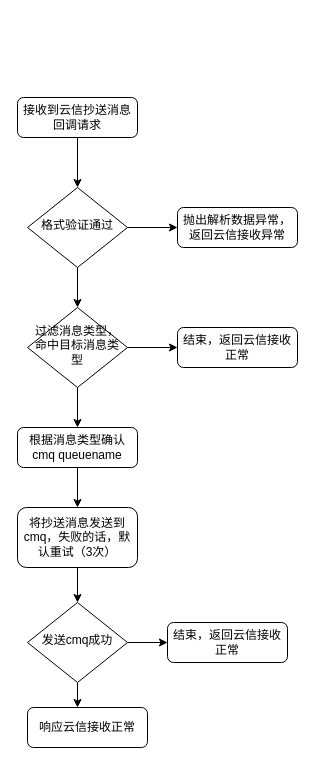
shukuiyan/gh-pages keeps this draw.io diagram as Untitled Diagram.drawio. Above is the earlier version. Source tidied: cells renumbered, new cells numbered last; positions are measured from the earlier drawing's top-left corner, leaving out a move shared by most shapes. Both pictures are drawn from the tidied source at 100%, with x=0, y=0 at pixel (17, 97).
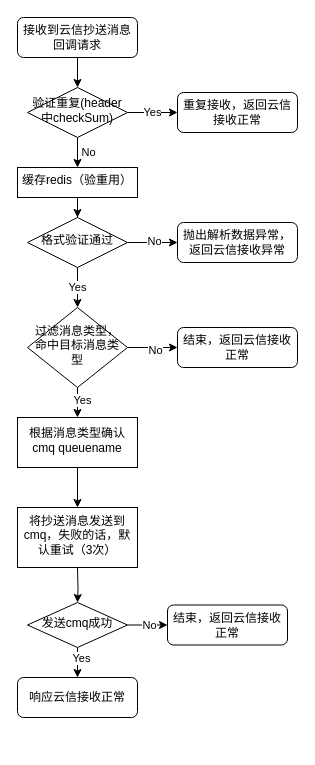
Above is the later version.

The change refers to these unchanged cells:
```xml
<mxCell id="5" style="edgeStyle=orthogonalEdgeStyle;rounded=0;jettySize=auto;html=1;" parent="1" edge="1" source="6" target="7">
  <mxGeometry relative="1" as="geometry" />
</mxCell>
<mxCell id="8" style="edgeStyle=orthogonalEdgeStyle;rounded=0;jettySize=auto;html=1;" parent="1" edge="1" source="10" target="13">
  <mxGeometry relative="1" as="geometry" />
</mxCell>
<mxCell id="9" style="edgeStyle=orthogonalEdgeStyle;rounded=0;jettySize=auto;html=1;" parent="1" edge="1" source="10" target="12">
  <mxGeometry relative="1" as="geometry" />
</mxCell>
<mxCell id="10" value="过滤消息类型，命中目标消息类型" style="rhombus;whiteSpace=wrap;html=1;shadow=0;fontFamily=Helvetica;fontSize=12;align=center;strokeWidth=1;spacing=6;spacingTop=-4;" parent="1" vertex="1">
  <mxGeometry x="10" y="210" width="100" height="80" as="geometry" />
</mxCell>
<mxCell id="17" style="edgeStyle=orthogonalEdgeStyle;rounded=0;jettySize=auto;html=1;" parent="1" edge="1" source="18" target="20">
  <mxGeometry relative="1" as="geometry" />
</mxCell>
```

The edit, as a diff of the source:
```diff
@@
-    <mxCell id="2" style="edgeStyle=orthogonalEdgeStyle;rounded=0;jettySize=auto;html=1;" parent="1" edge="1" source="3" target="6">
-      <mxGeometry relative="1" as="geometry" />
-    </mxCell>
+    <mxCell id="21" style="edgeStyle=orthogonalEdgeStyle;rounded=0;jettySize=auto;html=1;" parent="1" edge="1" source="3" target="32">
+      <mxGeometry relative="1" as="geometry" />
+    </mxCell>
     <mxCell id="3" value="接收到云信抄送消息回调请求" style="rounded=1;whiteSpace=wrap;html=1;fontSize=12;glass=0;strokeWidth=1;shadow=0;" parent="1" vertex="1">
-      <mxGeometry width="120" height="40" as="geometry" />
+      <mxGeometry y="-80" width="120" height="40" as="geometry" />
     </mxCell>
-    <mxCell id="4" style="edgeStyle=orthogonalEdgeStyle;rounded=0;jettySize=auto;html=1;" parent="1" edge="1" source="6" target="10">
+    <mxCell id="4" value="Yes" style="edgeStyle=orthogonalEdgeStyle;rounded=0;jettySize=auto;html=1;" parent="1" edge="1" source="6" target="10">
       <mxGeometry relative="1" as="geometry" />
     </mxCell>
@@
+    <mxCell id="22" value="No" style="edgeLabel;html=1;align=center;verticalAlign=middle;" parent="5" vertex="1">
+      <mxGeometry x="0.04" y="2" relative="1" as="geometry" />
+    </mxCell>
     <mxCell id="6" value="格式验证通过" style="rhombus;whiteSpace=wrap;html=1;shadow=0;fontFamily=Helvetica;fontSize=12;align=center;strokeWidth=1;spacing=6;spacingTop=-4;" parent="1" vertex="1">
-      <mxGeometry x="10" y="90" width="100" height="80" as="geometry" />
+      <mxGeometry x="10" y="120" width="100" height="50" as="geometry" />
     </mxCell>
     <mxCell id="7" value="抛出解析数据异常，返回云信接收异常" style="rounded=1;whiteSpace=wrap;html=1;fontSize=12;glass=0;strokeWidth=1;shadow=0;" parent="1" vertex="1">
-      <mxGeometry x="160" y="110" width="120" height="40" as="geometry" />
+      <mxGeometry x="160" y="125" width="120" height="40" as="geometry" />
     </mxCell>
@@
+    <mxCell id="23" value="No" style="edgeLabel;html=1;align=center;verticalAlign=middle;" parent="8" vertex="1">
+      <mxGeometry x="0.08" y="-2" relative="1" as="geometry" />
+    </mxCell>
@@
+    <mxCell id="24" value="Yes" style="edgeLabel;html=1;align=center;verticalAlign=middle;" parent="9" vertex="1">
+      <mxGeometry x="0.28" y="4" relative="1" as="geometry" />
+    </mxCell>
@@
-    <mxCell id="11" style="edgeStyle=orthogonalEdgeStyle;rounded=0;jettySize=auto;html=1;" parent="1" edge="1" source="12" target="15">
-      <mxGeometry relative="1" as="geometry" />
-    </mxCell>
-    <mxCell id="12" value="根据消息类型确认cmq queuename" style="rounded=1;whiteSpace=wrap;html=1;fontSize=12;glass=0;strokeWidth=1;shadow=0;" parent="1" vertex="1">
-      <mxGeometry y="330" width="120" height="40" as="geometry" />
-    </mxCell>
@@
-    <mxCell id="14" style="edgeStyle=orthogonalEdgeStyle;rounded=0;jettySize=auto;html=1;" parent="1" edge="1" source="15" target="18">
-      <mxGeometry relative="1" as="geometry" />
+    <mxCell id="14" style="edgeStyle=orthogonalEdgeStyle;rounded=0;jettySize=auto;html=1;" parent="1" edge="1" target="18">
+      <mxGeometry relative="1" as="geometry">
+        <mxPoint x="60" y="470" as="sourcePoint" />
+      </mxGeometry>
     </mxCell>
-    <mxCell id="15" value="将抄送消息发送到cmq，失败的话，默认重试（3次）" style="whiteSpace=wrap;html=1;rounded=1;shadow=0;strokeWidth=1;glass=0;" parent="1" vertex="1">
-      <mxGeometry y="410" width="120" height="60" as="geometry" />
-    </mxCell>
-    <mxCell id="16" style="edgeStyle=orthogonalEdgeStyle;rounded=0;jettySize=auto;html=1;" parent="1" edge="1" source="18">
-      <mxGeometry relative="1" as="geometry">
-        <mxPoint x="60" y="610" as="targetPoint" />
-      </mxGeometry>
-    </mxCell>
@@
+    <mxCell id="25" value="No" style="edgeLabel;html=1;align=center;verticalAlign=middle;" parent="17" vertex="1">
+      <mxGeometry x="0.05" y="1" relative="1" as="geometry">
+        <mxPoint y="1" as="offset" />
+      </mxGeometry>
+    </mxCell>
+    <mxCell id="26" style="edgeStyle=orthogonalEdgeStyle;rounded=0;jettySize=auto;html=1;" parent="1" edge="1" source="18" target="19">
+      <mxGeometry relative="1" as="geometry" />
+    </mxCell>
+    <mxCell id="27" value="Yes" style="edgeLabel;html=1;align=center;verticalAlign=middle;" parent="26" vertex="1">
+      <mxGeometry x="0.2" y="3" relative="1" as="geometry" />
+    </mxCell>
     <mxCell id="18" value="发送cmq成功" style="rhombus;whiteSpace=wrap;html=1;shadow=0;fontFamily=Helvetica;fontSize=12;align=center;strokeWidth=1;spacing=6;spacingTop=-4;" parent="1" vertex="1">
-      <mxGeometry x="10" y="505" width="100" height="80" as="geometry" />
+      <mxGeometry x="10" y="505" width="100" height="45" as="geometry" />
     </mxCell>
     <mxCell id="19" value="响应云信接收正常" style="rounded=1;whiteSpace=wrap;html=1;fontSize=12;glass=0;strokeWidth=1;shadow=0;" parent="1" vertex="1">
-      <mxGeometry x="10" y="610" width="120" height="40" as="geometry" />
+      <mxGeometry y="580" width="120" height="40" as="geometry" />
     </mxCell>
     <mxCell id="20" value="结束，返回云信接收正常" style="rounded=1;whiteSpace=wrap;html=1;fontSize=12;glass=0;strokeWidth=1;shadow=0;" parent="1" vertex="1">
-      <mxGeometry x="150" y="525" width="120" height="40" as="geometry" />
+      <mxGeometry x="150" y="507.5" width="120" height="40" as="geometry" />
     </mxCell>
+    <mxCell id="11" style="edgeStyle=orthogonalEdgeStyle;rounded=0;jettySize=auto;html=1;" parent="1" edge="1" source="12" target="15">
+      <mxGeometry relative="1" as="geometry" />
+    </mxCell>
+    <mxCell id="12" value="根据消息类型确认cmq queuename" style="whiteSpace=wrap;html=1;shadow=0;strokeWidth=1;spacing=6;spacingTop=-4;" parent="1" vertex="1">
+      <mxGeometry y="320" width="120" height="50" as="geometry" />
+    </mxCell>
+    <mxCell id="15" value="将抄送消息发送到cmq，失败的话，默认重试（3次）" style="whiteSpace=wrap;html=1;shadow=0;strokeWidth=1;spacing=6;spacingTop=-4;" parent="1" vertex="1">
+      <mxGeometry y="410" width="120" height="60" as="geometry" />
+    </mxCell>
+    <mxCell id="28" style="edgeStyle=orthogonalEdgeStyle;rounded=0;jettySize=auto;html=1;" parent="1" edge="1" source="32" target="34">
+      <mxGeometry relative="1" as="geometry" />
+    </mxCell>
+    <mxCell id="29" value="No" style="edgeLabel;html=1;align=center;verticalAlign=middle;" parent="28" vertex="1">
+      <mxGeometry x="0.43" y="2" relative="1" as="geometry">
+        <mxPoint x="8" y="-2" as="offset" />
+      </mxGeometry>
+    </mxCell>
+    <mxCell id="30" style="edgeStyle=orthogonalEdgeStyle;rounded=0;jettySize=auto;html=1;" parent="1" edge="1" source="32">
+      <mxGeometry relative="1" as="geometry">
+        <mxPoint x="160" y="15" as="targetPoint" />
+      </mxGeometry>
+    </mxCell>
+    <mxCell id="31" value="Yes" style="edgeLabel;html=1;align=center;verticalAlign=middle;" parent="30" vertex="1">
+      <mxGeometry x="-0.04" y="1" relative="1" as="geometry" />
+    </mxCell>
+    <mxCell id="32" value="验证重复(header中checkSum)" style="rhombus;whiteSpace=wrap;html=1;shadow=0;fontFamily=Helvetica;fontSize=12;align=center;strokeWidth=1;spacing=6;spacingTop=-4;" parent="1" vertex="1">
+      <mxGeometry x="10" y="-10" width="100" height="50" as="geometry" />
+    </mxCell>
+    <mxCell id="33" style="edgeStyle=orthogonalEdgeStyle;rounded=0;jettySize=auto;html=1;" parent="1" edge="1" source="34" target="6">
+      <mxGeometry relative="1" as="geometry" />
+    </mxCell>
+    <mxCell id="34" value="缓存redis（验重用）" style="whiteSpace=wrap;html=1;shadow=0;strokeWidth=1;spacing=6;spacingTop=-4;" parent="1" vertex="1">
+      <mxGeometry y="70" width="120" height="30" as="geometry" />
+    </mxCell>
+    <mxCell id="35" value="重复接收，返回云信接收正常" style="rounded=1;whiteSpace=wrap;html=1;fontSize=12;glass=0;strokeWidth=1;shadow=0;" parent="1" vertex="1">
+      <mxGeometry x="160" y="-5" width="120" height="40" as="geometry" />
+    </mxCell>
```
